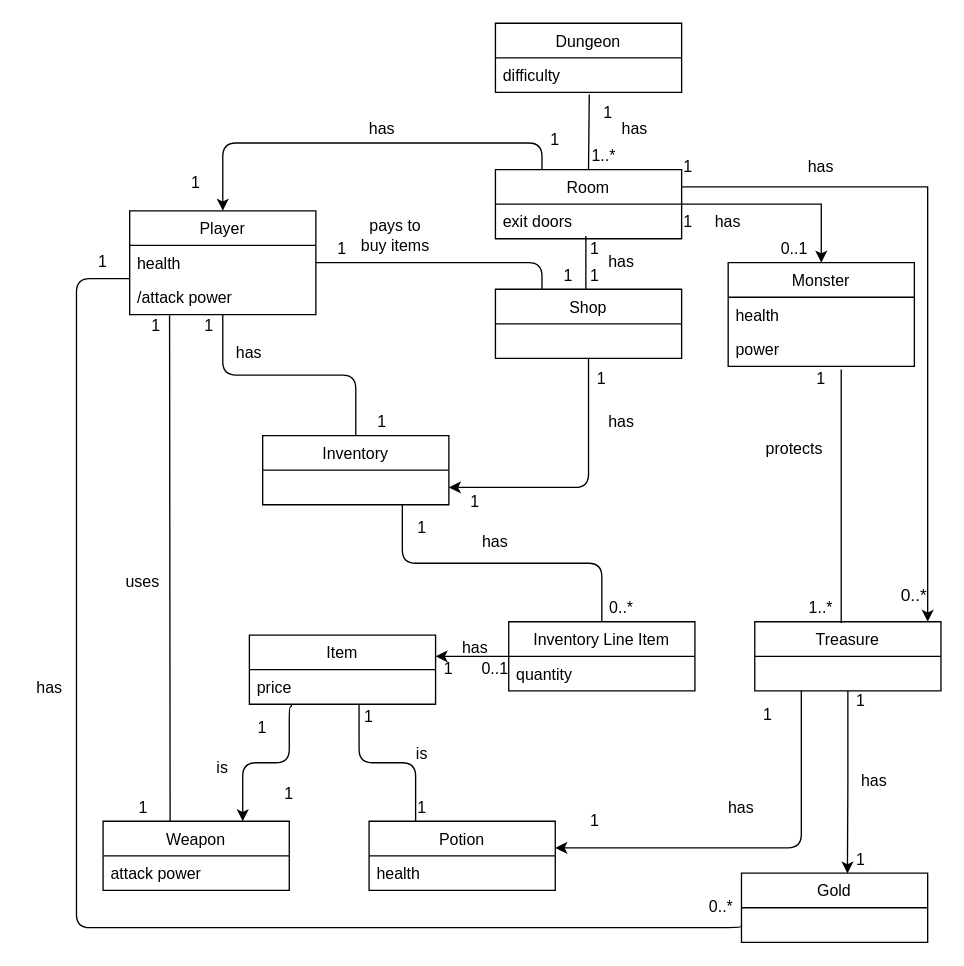
Before: .diagrams/DomainModelDungeon.drawio in jelkewcharoen/DungeonCrawlerGame, a draw.io diagram. Source tidied: cells renumbered, new cells numbered last; positions are measured from the earlier drawing's top-left corner, leaving out a move shared by most shapes. Both pictures are drawn from the tidied source at 133%, with x=0, y=0 at pixel (23, 23).
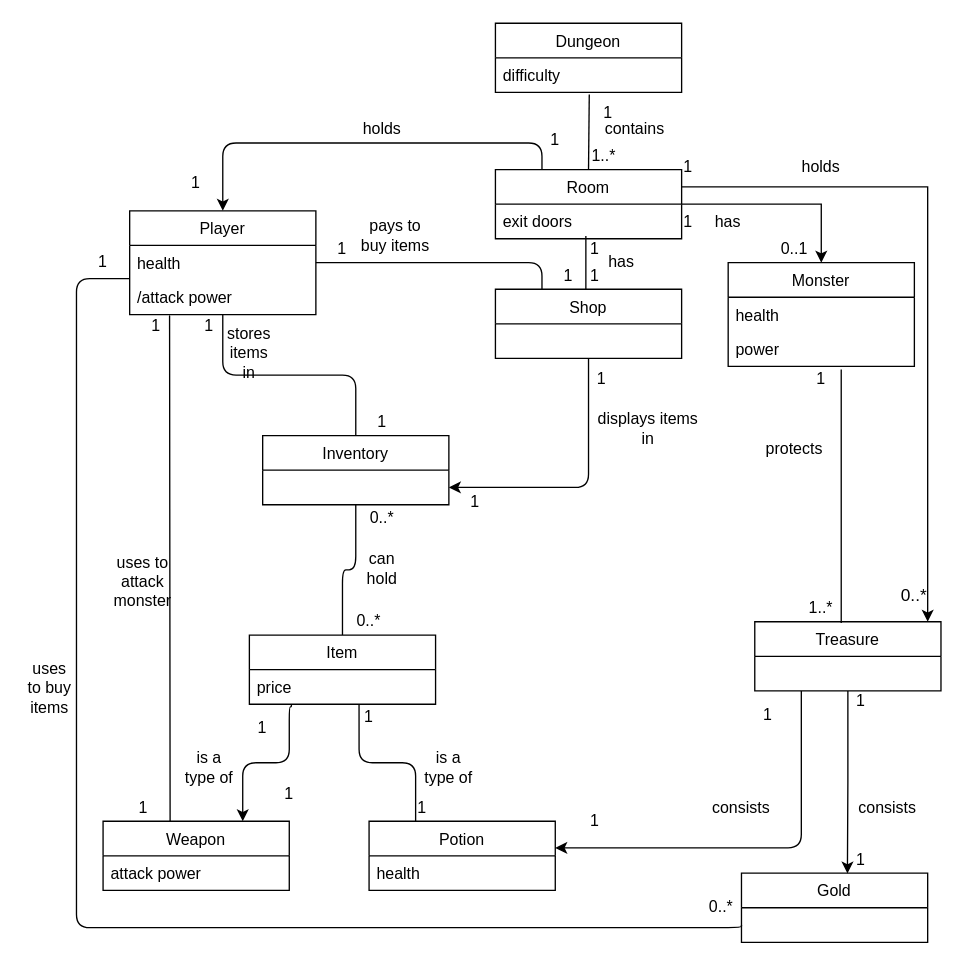
The same diagram, later.

Commit message:
updated the Domain Model Diagram

The change refers to these unchanged cells:
```xml
<mxCell id="17" value="Inventory" style="swimlane;fontStyle=0;horizontal=1;startSize=26;fillColor=none;" parent="1" vertex="1">
  <mxGeometry x="180" y="310" width="140" height="52" as="geometry" />
</mxCell>
<mxCell id="18" value="Item" style="swimlane;fontStyle=0;horizontal=1;startSize=26;fillColor=none;" parent="1" vertex="1">
  <mxGeometry x="170" y="460" width="140" height="52" as="geometry" />
</mxCell>
```

What changed in the source:
```diff
@@
-    <mxCell id="16" style="edgeStyle=orthogonalEdgeStyle;rounded=1;jettySize=auto;html=1;exitX=0.75;exitY=1;exitDx=0;exitDy=0;startArrow=none;startFill=0;endArrow=none;endFill=0;" parent="1" edge="1" source="17" target="81">
-      <mxGeometry relative="1" as="geometry" />
-    </mxCell>
+    <mxCell id="93" style="edgeStyle=orthogonalEdgeStyle;rounded=1;jettySize=auto;html=1;exitX=0.5;exitY=1;exitDx=0;exitDy=0;entryX=0.5;entryY=0;entryDx=0;entryDy=0;endArrow=none;endFill=0;" parent="1" edge="1" source="17" target="18">
+      <mxGeometry relative="1" as="geometry" />
+    </mxCell>
@@
-    <mxCell id="29" value="has" style="text;html=1;strokeColor=none;fillColor=none;align=center;verticalAlign=middle;whiteSpace=wrap;rounded=0;" parent="1" vertex="1">
+    <mxCell id="29" value="holds" style="text;html=1;strokeColor=none;fillColor=none;align=center;verticalAlign=middle;whiteSpace=wrap;rounded=0;" parent="1" vertex="1">
       <mxGeometry x="250" y="70" width="40" height="20" as="geometry" />
     </mxCell>
@@
-    <mxCell id="38" value="has" style="text;html=1;strokeColor=none;fillColor=none;align=center;verticalAlign=middle;whiteSpace=wrap;rounded=0;" parent="1" vertex="1">
+    <mxCell id="38" value="holds" style="text;html=1;strokeColor=none;fillColor=none;align=center;verticalAlign=middle;whiteSpace=wrap;rounded=0;" parent="1" vertex="1">
       <mxGeometry x="580" y="98" width="40" height="20" as="geometry" />
     </mxCell>
-    <mxCell id="39" value="has" style="text;html=1;strokeColor=none;fillColor=none;align=center;verticalAlign=middle;whiteSpace=wrap;rounded=0;" parent="1" vertex="1">
+    <mxCell id="39" value="contains" style="text;html=1;strokeColor=none;fillColor=none;align=center;verticalAlign=middle;whiteSpace=wrap;rounded=0;" parent="1" vertex="1">
       <mxGeometry x="440" y="70" width="40" height="20" as="geometry" />
     </mxCell>
@@
-    <mxCell id="41" value="has" style="text;html=1;strokeColor=none;fillColor=none;align=center;verticalAlign=middle;whiteSpace=wrap;rounded=0;" parent="1" vertex="1">
-      <mxGeometry x="335" y="380" width="40" height="20" as="geometry" />
-    </mxCell>
-    <mxCell id="42" value="has" style="text;html=1;strokeColor=none;fillColor=none;align=center;verticalAlign=middle;whiteSpace=wrap;rounded=0;" parent="1" vertex="1">
-      <mxGeometry x="430" y="290" width="40" height="20" as="geometry" />
+    <mxCell id="42" value="displays items in" style="text;html=1;strokeColor=none;fillColor=none;align=center;verticalAlign=middle;whiteSpace=wrap;rounded=0;" parent="1" vertex="1">
+      <mxGeometry x="430" y="290" width="80" height="30" as="geometry" />
     </mxCell>
-    <mxCell id="43" value="has" style="text;html=1;strokeColor=none;fillColor=none;align=center;verticalAlign=middle;whiteSpace=wrap;rounded=0;" parent="1" vertex="1">
+    <mxCell id="43" value="stores items in" style="text;html=1;strokeColor=none;fillColor=none;align=center;verticalAlign=middle;whiteSpace=wrap;rounded=0;" parent="1" vertex="1">
       <mxGeometry x="150" y="238" width="40" height="20" as="geometry" />
     </mxCell>
-    <mxCell id="44" value="has" style="text;html=1;strokeColor=none;fillColor=none;align=center;verticalAlign=middle;whiteSpace=wrap;rounded=0;" parent="1" vertex="1">
+    <mxCell id="44" value="uses to buy items" style="text;html=1;strokeColor=none;fillColor=none;align=center;verticalAlign=middle;whiteSpace=wrap;rounded=0;" parent="1" vertex="1">
       <mxGeometry y="490" width="40" height="20" as="geometry" />
     </mxCell>
@@
-    <mxCell id="65" value="1" style="text;html=1;strokeColor=none;fillColor=none;align=center;verticalAlign=middle;whiteSpace=wrap;rounded=0;" parent="1" vertex="1">
-      <mxGeometry x="280" y="370" width="40" height="20" as="geometry" />
+    <mxCell id="65" value="0..*" style="text;html=1;strokeColor=none;fillColor=none;align=center;verticalAlign=middle;whiteSpace=wrap;rounded=0;" parent="1" vertex="1">
+      <mxGeometry x="250" y="362" width="40" height="20" as="geometry" />
     </mxCell>
     <mxCell id="66" value="0..*" style="text;html=1;strokeColor=none;fillColor=none;align=center;verticalAlign=middle;whiteSpace=wrap;rounded=0;" parent="1" vertex="1">
-      <mxGeometry x="430" y="430" width="40" height="20" as="geometry" />
+      <mxGeometry x="240" y="440" width="40" height="20" as="geometry" />
     </mxCell>
-    <mxCell id="67" value="0..1" style="text;html=1;strokeColor=none;fillColor=none;align=center;verticalAlign=middle;whiteSpace=wrap;rounded=0;" parent="1" vertex="1">
-      <mxGeometry x="335" y="476" width="40" height="20" as="geometry" />
-    </mxCell>
@@
-    <mxCell id="73" value="has" style="text;html=1;strokeColor=none;fillColor=none;align=center;verticalAlign=middle;whiteSpace=wrap;rounded=0;" parent="1" vertex="1">
+    <mxCell id="73" value="consists" style="text;html=1;strokeColor=none;fillColor=none;align=center;verticalAlign=middle;whiteSpace=wrap;rounded=0;" parent="1" vertex="1">
       <mxGeometry x="520" y="580" width="40" height="20" as="geometry" />
     </mxCell>
-    <mxCell id="74" value="has" style="text;html=1;strokeColor=none;fillColor=none;align=center;verticalAlign=middle;whiteSpace=wrap;rounded=0;" parent="1" vertex="1">
-      <mxGeometry x="620" y="560" width="40" height="20" as="geometry" />
+    <mxCell id="74" value="consists" style="text;html=1;strokeColor=none;fillColor=none;align=center;verticalAlign=middle;whiteSpace=wrap;rounded=0;" parent="1" vertex="1">
+      <mxGeometry x="630" y="580" width="40" height="20" as="geometry" />
     </mxCell>
@@
-    <mxCell id="77" value="is" style="text;html=1;strokeColor=none;fillColor=none;align=center;verticalAlign=middle;whiteSpace=wrap;rounded=0;" parent="1" vertex="1">
-      <mxGeometry x="130" y="550" width="40" height="20" as="geometry" />
-    </mxCell>
@@
-    <mxCell id="80" style="edgeStyle=orthogonalEdgeStyle;rounded=0;jettySize=auto;html=1;entryX=0.25;entryY=0;entryDx=0;entryDy=0;startArrow=none;startFill=0;endArrow=classic;endFill=1;" parent="1" edge="1" source="81" target="88">
-      <mxGeometry relative="1" as="geometry">
-        <Array as="points">
-          <mxPoint x="330" y="476" />
-          <mxPoint x="330" y="476" />
-        </Array>
-      </mxGeometry>
-    </mxCell>
-    <mxCell id="81" value="Inventory Line Item" style="swimlane;fontStyle=0;horizontal=1;startSize=26;fillColor=none;" parent="1" vertex="1">
-      <mxGeometry x="365" y="450" width="140" height="52" as="geometry" />
-    </mxCell>
-    <mxCell id="82" value="quantity" style="text;strokeColor=none;fillColor=none;align=left;verticalAlign=top;spacingLeft=4;spacingRight=4;overflow=hidden;" parent="81" vertex="1">
-      <mxGeometry y="26" width="140" height="26" as="geometry" />
-    </mxCell>
@@
-    <mxCell id="86" value="uses" style="text;html=1;strokeColor=none;fillColor=none;align=center;verticalAlign=middle;whiteSpace=wrap;rounded=0;" parent="1" vertex="1">
+    <mxCell id="86" value="uses to attack monster" style="text;html=1;strokeColor=none;fillColor=none;align=center;verticalAlign=middle;whiteSpace=wrap;rounded=0;" parent="1" vertex="1">
       <mxGeometry x="70" y="410" width="40" height="20" as="geometry" />
     </mxCell>
-    <mxCell id="87" value="is" style="text;html=1;strokeColor=none;fillColor=none;align=center;verticalAlign=middle;whiteSpace=wrap;rounded=0;" parent="1" vertex="1">
-      <mxGeometry x="280" y="540" width="40" height="20" as="geometry" />
+    <mxCell id="87" value="is a type of" style="text;html=1;strokeColor=none;fillColor=none;align=center;verticalAlign=middle;whiteSpace=wrap;rounded=0;" parent="1" vertex="1">
+      <mxGeometry x="300" y="550" width="40" height="20" as="geometry" />
     </mxCell>
-    <mxCell id="88" value="1" style="text;html=1;strokeColor=none;fillColor=none;align=center;verticalAlign=middle;whiteSpace=wrap;rounded=0;" parent="1" vertex="1">
-      <mxGeometry x="300" y="476" width="40" height="20" as="geometry" />
-    </mxCell>
-    <mxCell id="89" value="has" style="text;html=1;strokeColor=none;fillColor=none;align=center;verticalAlign=middle;whiteSpace=wrap;rounded=0;" parent="1" vertex="1">
-      <mxGeometry x="320" y="460" width="40" height="20" as="geometry" />
+    <mxCell id="89" value="can hold" style="text;html=1;strokeColor=none;fillColor=none;align=center;verticalAlign=middle;whiteSpace=wrap;rounded=0;" parent="1" vertex="1">
+      <mxGeometry x="250" y="400" width="40" height="20" as="geometry" />
     </mxCell>
-    <mxCell id="90" style="edgeStyle=orthogonalEdgeStyle;rounded=0;orthogonalLoop=1;jettySize=auto;html=1;exitX=0.5;exitY=1;exitDx=0;exitDy=0;dashed=1;startArrow=none;startFill=0;endArrow=classic;endFill=1;" parent="1" edge="1" source="88" target="88">
-      <mxGeometry relative="1" as="geometry" />
+    <mxCell id="90" style="edgeStyle=orthogonalEdgeStyle;rounded=0;orthogonalLoop=1;jettySize=auto;html=1;exitX=0.5;exitY=1;exitDx=0;exitDy=0;dashed=1;startArrow=none;startFill=0;endArrow=classic;endFill=1;" parent="1" edge="1">
+      <mxGeometry relative="1" as="geometry">
+        <mxPoint x="320" y="496" as="sourcePoint" />
+        <mxPoint x="320" y="496" as="targetPoint" />
+      </mxGeometry>
     </mxCell>
@@
+    <mxCell id="94" value="is a type of" style="text;html=1;strokeColor=none;fillColor=none;align=center;verticalAlign=middle;whiteSpace=wrap;rounded=0;" parent="1" vertex="1">
+      <mxGeometry x="120" y="550" width="40" height="20" as="geometry" />
+    </mxCell>
```
